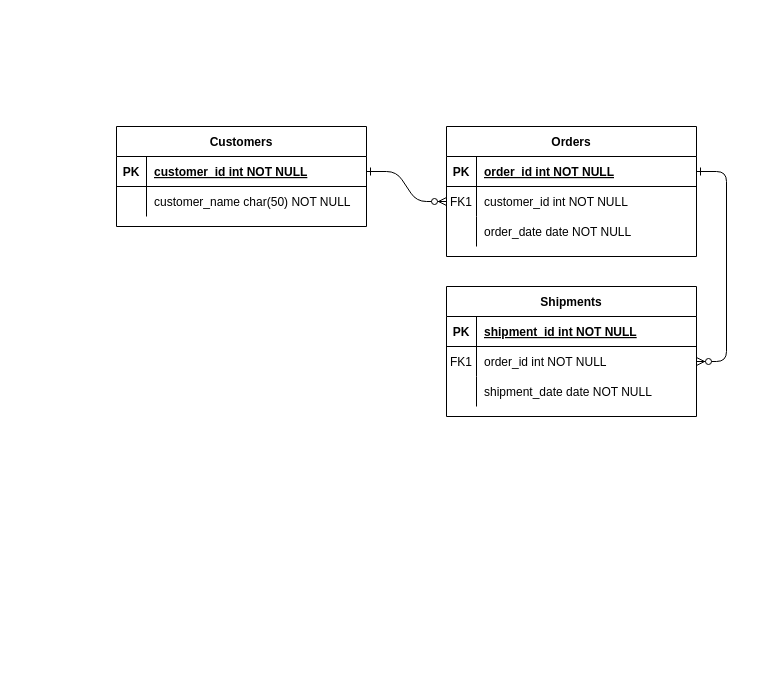
This is week1.drawio from Jana-Sy/DES222_TASK3_Sy, a draw.io file, before an edit. Source tidied: cells renumbered, new cells numbered last; positions are measured from the earlier drawing's top-left corner, leaving out a move shared by most shapes. Both pictures are drawn from the tidied source at 100%, with x=0, y=0 at pixel (116, 126).
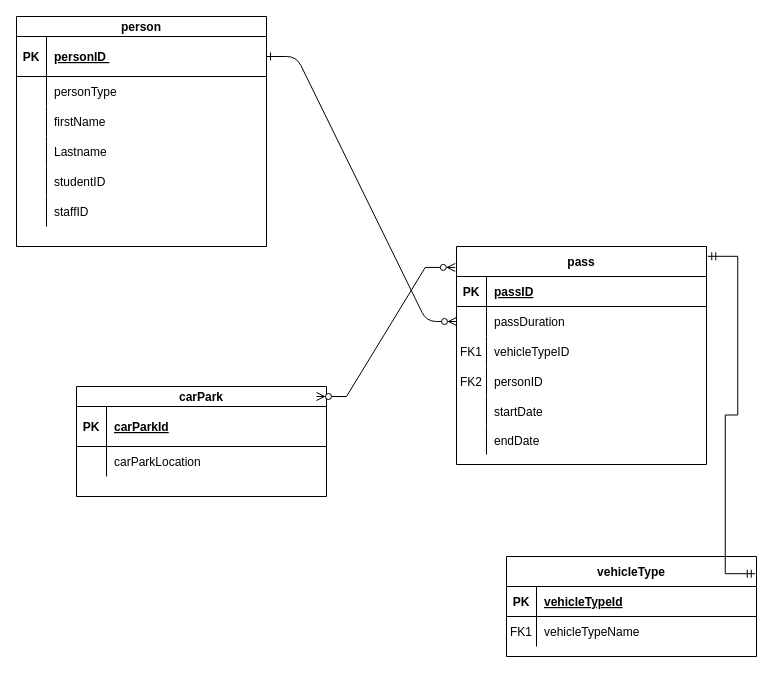
After the change.

The change refers to these unchanged cells:
```xml
<mxCell id="5" style="shape=partialRectangle;fillColor=none;points=[[0,0.5],[1,0.5]];portConstraint=eastwest;top=0;left=0;right=0;bottom=1;" parent="4" vertex="1">
  <mxGeometry y="30" width="250" height="30" as="geometry" />
</mxCell>
<mxCell id="8" style="shape=partialRectangle;fillColor=none;points=[[0,0.5],[1,0.5]];portConstraint=eastwest;top=0;left=0;right=0;bottom=0;" parent="4" vertex="1">
  <mxGeometry y="60" width="250" height="30" as="geometry" />
</mxCell>
<mxCell id="11" style="shape=partialRectangle;fillColor=none;top=0;left=0;right=0;bottom=0;" parent="4" vertex="1">
  <mxGeometry y="90" width="250" height="30" as="geometry" />
</mxCell>
<mxCell id="15" style="shape=partialRectangle;fillColor=none;top=0;left=0;right=0;bottom=1;" parent="14" vertex="1">
  <mxGeometry y="30" width="250" height="30" as="geometry" />
</mxCell>
<mxCell id="18" style="shape=partialRectangle;fillColor=none;points=[[0,0.5],[1,0.5]];portConstraint=eastwest;top=0;left=0;right=0;bottom=0;" parent="14" vertex="1">
  <mxGeometry y="60" width="250" height="30" as="geometry" />
</mxCell>
<mxCell id="28" style="shape=partialRectangle;fillColor=none;top=0;left=0;right=0;bottom=0;" parent="24" vertex="1">
  <mxGeometry y="60" width="250" height="30" as="geometry" />
</mxCell>
```

Diff of the diagram source:
```diff
@@
-    <mxCell id="3" style="edgeStyle=entityRelationEdgeStyle;endArrow=ERzeroToMany;startArrow=ERone;endFill=1;startFill=0;" parent="1" edge="1" source="5" target="18">
-      <mxGeometry relative="1" as="geometry" />
-    </mxCell>
-    <mxCell id="4" value="Orders" style="shape=table;startSize=30;childLayout=tableLayout;rowLines=0;fontStyle=1;align=center;" parent="1" vertex="1">
-      <mxGeometry x="330" width="250" height="130" as="geometry" />
+    <mxCell id="4" value="pass" style="shape=table;startSize=30;childLayout=tableLayout;rowLines=0;fontStyle=1;align=center;" parent="1" vertex="1">
+      <mxGeometry x="340" y="120" width="250" height="218" as="geometry" />
     </mxCell>
@@
-    <mxCell id="7" value="order_id int NOT NULL " style="shape=partialRectangle;overflow=hidden;fillColor=none;top=0;left=0;bottom=0;right=0;align=left;spacingLeft=6;fontStyle=5;" parent="5" vertex="1">
+    <mxCell id="7" value="passID" style="shape=partialRectangle;overflow=hidden;fillColor=none;top=0;left=0;bottom=0;right=0;align=left;spacingLeft=6;fontStyle=5;" parent="5" vertex="1">
       <mxGeometry x="30" width="220" height="30" as="geometry" />
     </mxCell>
@@
-    <mxCell id="9" value="FK1" style="shape=partialRectangle;overflow=hidden;fillColor=none;top=0;left=0;bottom=0;right=0;" parent="8" vertex="1">
+    <mxCell id="9" style="shape=partialRectangle;overflow=hidden;fillColor=none;top=0;left=0;bottom=0;right=0;" parent="8" vertex="1">
       <mxGeometry width="30" height="30" as="geometry" />
     </mxCell>
-    <mxCell id="10" value="customer_id int NOT NULL" style="shape=partialRectangle;overflow=hidden;fillColor=none;top=0;left=0;bottom=0;right=0;align=left;spacingLeft=6;" parent="8" vertex="1">
+    <mxCell id="10" value="passDuration" style="shape=partialRectangle;overflow=hidden;fillColor=none;top=0;left=0;bottom=0;right=0;align=left;spacingLeft=6;" parent="8" vertex="1">
       <mxGeometry x="30" width="220" height="30" as="geometry" />
     </mxCell>
@@
-    <mxCell id="12" style="shape=partialRectangle;overflow=hidden;fillColor=none;top=0;left=0;bottom=0;right=0;" parent="11" vertex="1">
+    <mxCell id="12" value="FK1" style="shape=partialRectangle;overflow=hidden;fillColor=none;top=0;left=0;bottom=0;right=0;" parent="11" vertex="1">
       <mxGeometry width="30" height="30" as="geometry" />
     </mxCell>
-    <mxCell id="13" value="order_date date NOT NULL" style="shape=partialRectangle;overflow=hidden;fillColor=none;top=0;left=0;bottom=0;right=0;align=left;spacingLeft=6;" parent="11" vertex="1">
+    <mxCell id="13" value="vehicleTypeID" style="shape=partialRectangle;overflow=hidden;fillColor=none;top=0;left=0;bottom=0;right=0;align=left;spacingLeft=6;" parent="11" vertex="1">
       <mxGeometry x="30" width="220" height="30" as="geometry" />
     </mxCell>
+    <mxCell id="31" style="shape=partialRectangle;fillColor=none;top=0;left=0;right=0;bottom=0;" parent="4" vertex="1">
+      <mxGeometry y="120" width="250" height="30" as="geometry" />
+    </mxCell>
+    <mxCell id="32" value="FK2" style="shape=partialRectangle;overflow=hidden;fillColor=none;top=0;left=0;bottom=0;right=0;" parent="31" vertex="1">
+      <mxGeometry width="30" height="30" as="geometry" />
+    </mxCell>
+    <mxCell id="33" value="personID" style="shape=partialRectangle;overflow=hidden;fillColor=none;top=0;left=0;bottom=0;right=0;align=left;spacingLeft=6;" parent="31" vertex="1">
+      <mxGeometry x="30" width="220" height="30" as="geometry" />
+    </mxCell>
+    <mxCell id="34" style="shape=partialRectangle;fillColor=none;top=0;left=0;right=0;bottom=0;" parent="4" vertex="1">
+      <mxGeometry y="150" width="250" height="29" as="geometry" />
+    </mxCell>
+    <mxCell id="35" style="shape=partialRectangle;overflow=hidden;fillColor=none;top=0;left=0;bottom=0;right=0;" parent="34" vertex="1">
+      <mxGeometry width="30" height="29" as="geometry" />
+    </mxCell>
+    <mxCell id="36" value="startDate" style="shape=partialRectangle;overflow=hidden;fillColor=none;top=0;left=0;bottom=0;right=0;align=left;spacingLeft=6;" parent="34" vertex="1">
+      <mxGeometry x="30" width="220" height="29" as="geometry" />
+    </mxCell>
+    <mxCell id="37" style="shape=partialRectangle;fillColor=none;top=0;left=0;right=0;bottom=0;" parent="4" vertex="1">
+      <mxGeometry y="179" width="250" height="29" as="geometry" />
+    </mxCell>
+    <mxCell id="38" style="shape=partialRectangle;overflow=hidden;fillColor=none;top=0;left=0;bottom=0;right=0;" parent="37" vertex="1">
+      <mxGeometry width="30" height="29" as="geometry" />
+    </mxCell>
+    <mxCell id="39" value="endDate" style="shape=partialRectangle;overflow=hidden;fillColor=none;top=0;left=0;bottom=0;right=0;align=left;spacingLeft=6;" parent="37" vertex="1">
+      <mxGeometry x="30" width="220" height="29" as="geometry" />
+    </mxCell>
-    <mxCell id="14" value="Shipments" style="shape=table;startSize=30;childLayout=tableLayout;rowLines=0;fontStyle=1;align=center;" parent="1" vertex="1">
-      <mxGeometry x="330" y="160" width="250" height="130" as="geometry" />
+    <mxCell id="14" value="vehicleType" style="shape=table;startSize=30;childLayout=tableLayout;rowLines=0;fontStyle=1;align=center;" parent="1" vertex="1">
+      <mxGeometry x="390" y="430" width="250" height="100" as="geometry" />
     </mxCell>
@@
-    <mxCell id="17" value="shipment_id int NOT NULL " style="shape=partialRectangle;overflow=hidden;fillColor=none;top=0;left=0;bottom=0;right=0;align=left;spacingLeft=6;fontStyle=5;" parent="15" vertex="1">
+    <mxCell id="17" value="vehicleTypeId" style="shape=partialRectangle;overflow=hidden;fillColor=none;top=0;left=0;bottom=0;right=0;align=left;spacingLeft=6;fontStyle=5;" parent="15" vertex="1">
       <mxGeometry x="30" width="220" height="30" as="geometry" />
     </mxCell>
@@
-    <mxCell id="20" value="order_id int NOT NULL" style="shape=partialRectangle;overflow=hidden;fillColor=none;top=0;left=0;bottom=0;right=0;align=left;spacingLeft=6;" parent="18" vertex="1">
+    <mxCell id="20" value="vehicleTypeName" style="shape=partialRectangle;overflow=hidden;fillColor=none;top=0;left=0;bottom=0;right=0;align=left;spacingLeft=6;" parent="18" vertex="1">
       <mxGeometry x="30" width="220" height="30" as="geometry" />
     </mxCell>
-    <mxCell id="21" style="shape=partialRectangle;fillColor=none;top=0;left=0;right=0;bottom=0;" parent="14" vertex="1">
-      <mxGeometry y="90" width="250" height="30" as="geometry" />
-    </mxCell>
-    <mxCell id="22" style="shape=partialRectangle;overflow=hidden;fillColor=none;top=0;left=0;bottom=0;right=0;" parent="21" vertex="1">
-      <mxGeometry width="30" height="30" as="geometry" />
-    </mxCell>
-    <mxCell id="23" value="shipment_date date NOT NULL" style="shape=partialRectangle;overflow=hidden;fillColor=none;top=0;left=0;bottom=0;right=0;align=left;spacingLeft=6;" parent="21" vertex="1">
-      <mxGeometry x="30" width="220" height="30" as="geometry" />
-    </mxCell>
-    <mxCell id="24" value="Customers" style="shape=table;startSize=30;childLayout=tableLayout;rowLines=0;fontStyle=1;align=center;" parent="1" vertex="1">
-      <mxGeometry width="250" height="100" as="geometry" />
+    <mxCell id="24" value="person" style="shape=table;startSize=20;childLayout=tableLayout;rowLines=0;fontStyle=1;align=center;" parent="1" vertex="1">
+      <mxGeometry x="-100" y="-110" width="250" height="230" as="geometry" />
     </mxCell>
     <mxCell id="25" style="shape=partialRectangle;fillColor=none;points=[[0,0.5],[1,0.5]];portConstraint=eastwest;top=0;left=0;right=0;bottom=1;" parent="24" vertex="1">
-      <mxGeometry y="30" width="250" height="30" as="geometry" />
+      <mxGeometry y="20" width="250" height="40" as="geometry" />
     </mxCell>
     <mxCell id="26" value="PK" style="shape=partialRectangle;overflow=hidden;fillColor=none;top=0;left=0;bottom=0;right=0;fontStyle=1;" parent="25" vertex="1">
-      <mxGeometry width="30" height="30" as="geometry" />
+      <mxGeometry width="30" height="40" as="geometry" />
     </mxCell>
-    <mxCell id="27" value="customer_id int NOT NULL " style="shape=partialRectangle;overflow=hidden;fillColor=none;top=0;left=0;bottom=0;right=0;align=left;spacingLeft=6;fontStyle=5;" parent="25" vertex="1">
-      <mxGeometry x="30" width="220" height="30" as="geometry" />
+    <mxCell id="27" value="personID " style="shape=partialRectangle;overflow=hidden;fillColor=none;top=0;left=0;bottom=0;right=0;align=left;spacingLeft=6;fontStyle=5;" parent="25" vertex="1">
+      <mxGeometry x="30" width="220" height="40" as="geometry" />
     </mxCell>
@@
-    <mxCell id="30" value="customer_name char(50) NOT NULL" style="shape=partialRectangle;overflow=hidden;fillColor=none;top=0;left=0;bottom=0;right=0;align=left;spacingLeft=6;" parent="28" vertex="1">
+    <mxCell id="30" value="personType" style="shape=partialRectangle;overflow=hidden;fillColor=none;top=0;left=0;bottom=0;right=0;align=left;spacingLeft=6;" parent="28" vertex="1">
       <mxGeometry x="30" width="220" height="30" as="geometry" />
     </mxCell>
+    <mxCell id="21" style="shape=partialRectangle;fillColor=none;top=0;left=0;right=0;bottom=0;" parent="24" vertex="1">
+      <mxGeometry y="90" width="250" height="30" as="geometry" />
+    </mxCell>
+    <mxCell id="40" style="shape=partialRectangle;overflow=hidden;fillColor=none;top=0;left=0;bottom=0;right=0;" parent="21" vertex="1">
+      <mxGeometry width="30" height="30" as="geometry" />
+    </mxCell>
+    <mxCell id="41" value="firstName" style="shape=partialRectangle;overflow=hidden;fillColor=none;top=0;left=0;bottom=0;right=0;align=left;spacingLeft=6;" parent="21" vertex="1">
+      <mxGeometry x="30" width="220" height="30" as="geometry" />
+    </mxCell>
+    <mxCell id="42" style="shape=partialRectangle;fillColor=none;top=0;left=0;right=0;bottom=0;" parent="24" vertex="1">
+      <mxGeometry y="120" width="250" height="30" as="geometry" />
+    </mxCell>
+    <mxCell id="43" style="shape=partialRectangle;overflow=hidden;fillColor=none;top=0;left=0;bottom=0;right=0;" parent="42" vertex="1">
+      <mxGeometry width="30" height="30" as="geometry" />
+    </mxCell>
+    <mxCell id="44" value="Lastname" style="shape=partialRectangle;overflow=hidden;fillColor=none;top=0;left=0;bottom=0;right=0;align=left;spacingLeft=6;" parent="42" vertex="1">
+      <mxGeometry x="30" width="220" height="30" as="geometry" />
+    </mxCell>
+    <mxCell id="45" style="shape=partialRectangle;fillColor=none;top=0;left=0;right=0;bottom=0;" parent="24" vertex="1">
+      <mxGeometry y="150" width="250" height="30" as="geometry" />
+    </mxCell>
+    <mxCell id="46" style="shape=partialRectangle;overflow=hidden;fillColor=none;top=0;left=0;bottom=0;right=0;" parent="45" vertex="1">
+      <mxGeometry width="30" height="30" as="geometry" />
+    </mxCell>
+    <mxCell id="47" value="studentID" style="shape=partialRectangle;overflow=hidden;fillColor=none;top=0;left=0;bottom=0;right=0;align=left;spacingLeft=6;" parent="45" vertex="1">
+      <mxGeometry x="30" width="220" height="30" as="geometry" />
+    </mxCell>
+    <mxCell id="48" style="shape=partialRectangle;fillColor=none;top=0;left=0;right=0;bottom=0;" parent="24" vertex="1">
+      <mxGeometry y="180" width="250" height="30" as="geometry" />
+    </mxCell>
+    <mxCell id="49" style="shape=partialRectangle;overflow=hidden;fillColor=none;top=0;left=0;bottom=0;right=0;" parent="48" vertex="1">
+      <mxGeometry width="30" height="30" as="geometry" />
+    </mxCell>
+    <mxCell id="50" value="staffID" style="shape=partialRectangle;overflow=hidden;fillColor=none;top=0;left=0;bottom=0;right=0;align=left;spacingLeft=6;" parent="48" vertex="1">
+      <mxGeometry x="30" width="220" height="30" as="geometry" />
+    </mxCell>
+    <mxCell id="51" value="carPark" style="shape=table;startSize=20;childLayout=tableLayout;rowLines=0;fontStyle=1;align=center;" parent="1" vertex="1">
+      <mxGeometry x="-40" y="260" width="250" height="110" as="geometry" />
+    </mxCell>
+    <mxCell id="52" style="shape=partialRectangle;fillColor=none;top=0;left=0;right=0;bottom=1;" parent="51" vertex="1">
+      <mxGeometry y="20" width="250" height="40" as="geometry" />
+    </mxCell>
+    <mxCell id="53" value="PK" style="shape=partialRectangle;overflow=hidden;fillColor=none;top=0;left=0;bottom=0;right=0;fontStyle=1;" parent="52" vertex="1">
+      <mxGeometry width="30" height="40" as="geometry" />
+    </mxCell>
+    <mxCell id="54" value="carParkId" style="shape=partialRectangle;overflow=hidden;fillColor=none;top=0;left=0;bottom=0;right=0;align=left;spacingLeft=6;fontStyle=5;" parent="52" vertex="1">
+      <mxGeometry x="30" width="220" height="40" as="geometry" />
+    </mxCell>
+    <mxCell id="55" style="shape=partialRectangle;fillColor=none;top=0;left=0;right=0;bottom=0;" parent="51" vertex="1">
+      <mxGeometry y="60" width="250" height="30" as="geometry" />
+    </mxCell>
+    <mxCell id="56" style="shape=partialRectangle;overflow=hidden;fillColor=none;top=0;left=0;bottom=0;right=0;" parent="55" vertex="1">
+      <mxGeometry width="30" height="30" as="geometry" />
+    </mxCell>
+    <mxCell id="57" value="carParkLocation" style="shape=partialRectangle;overflow=hidden;fillColor=none;top=0;left=0;bottom=0;right=0;align=left;spacingLeft=6;" parent="55" vertex="1">
+      <mxGeometry x="30" width="220" height="30" as="geometry" />
+    </mxCell>
+    <mxCell id="58" style="edgeStyle=entityRelationEdgeStyle;fontSize=12;html=1;endArrow=ERmandOne;startArrow=ERmandOne;rounded=0;exitX=0.995;exitY=0.172;exitDx=0;exitDy=0;exitPerimeter=0;entryX=1.005;entryY=0.045;entryDx=0;entryDy=0;entryPerimeter=0;" parent="1" edge="1" source="14" target="4">
+      <mxGeometry relative="1" as="geometry">
+        <Array as="points">
+          <mxPoint x="670" y="240" />
+          <mxPoint x="680" y="190" />
+          <mxPoint x="730" y="200" />
+        </Array>
+      </mxGeometry>
+    </mxCell>
+    <mxCell id="59" style="edgeStyle=entityRelationEdgeStyle;fontSize=12;html=1;endArrow=ERzeroToMany;endFill=1;startArrow=ERzeroToMany;rounded=0;entryX=-0.005;entryY=0.096;entryDx=0;entryDy=0;entryPerimeter=0;exitX=0.96;exitY=0.091;exitDx=0;exitDy=0;exitPerimeter=0;" parent="1" edge="1" source="51" target="4">
+      <mxGeometry relative="1" as="geometry" />
+    </mxCell>
```
